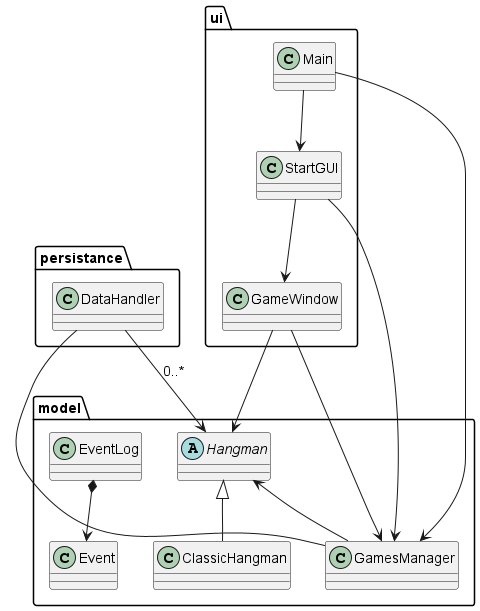
Before: UML_Design_Diagram.png, a diagram exported from PlantUML (parthsanan/Hangman-Game). Source of this version:
```plantuml
@startuml

package model {
    abstract class Hangman {
    }

    class ClassicHangman {
    }

    class GamesManager {
    }

    class EventLog {
    }

    class Event
}

package persistance {
    class DataHandler {
    }
}

package ui {
    class GameWindow {
    }

    class StartGUI {
    }

    class Main {
    }
}

Hangman <|-- ClassicHangman
Hangman <-- GamesManager
EventLog *--> Event
DataHandler --> Hangman : 0..*
DataHandler -- GamesManager
GameWindow --> Hangman
GameWindow --> GamesManager
StartGUI --> GamesManager
StartGUI --> GameWindow
Main --> StartGUI
Main --> GamesManager

@enduml
```
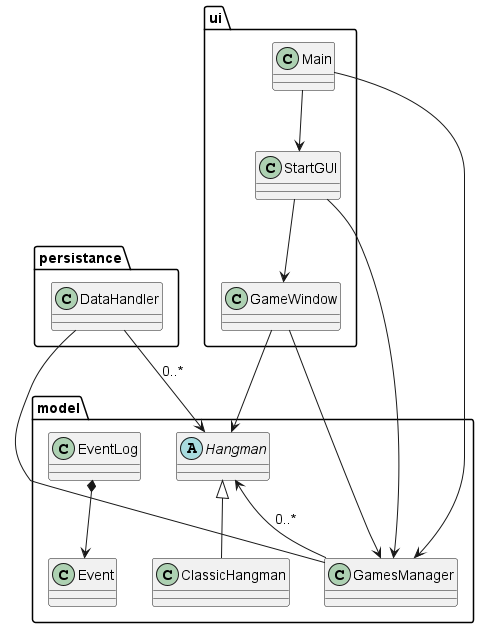
The same file after the commit.

What changed in the source:
```diff
@@ -33,7 +33,7 @@
 }
 
 Hangman <|-- ClassicHangman
-Hangman <-- GamesManager
+Hangman <-- GamesManager : 0..*
 EventLog *--> Event
 DataHandler --> Hangman : 0..*
 DataHandler -- GamesManager
```
